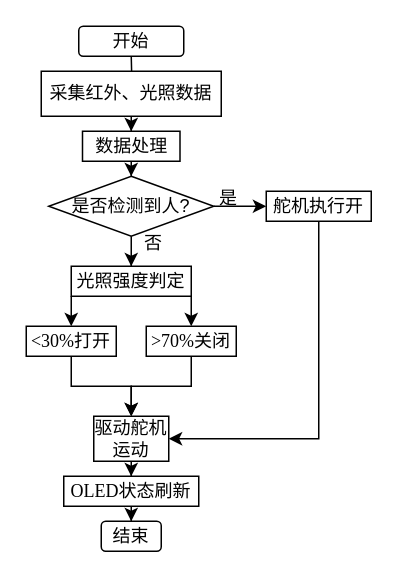
Before: 自动模式下的传感器融合算法逻辑流程图.drawio in Sunshinerainbowlittlehorse/draw_io, a draw.io diagram. Source tidied: cells renumbered, new cells numbered last; positions are measured from the earlier drawing's top-left corner, leaving out a move shared by most shapes. Both pictures are drawn from the tidied source at 150%, with x=0, y=0 at pixel (26, 26).
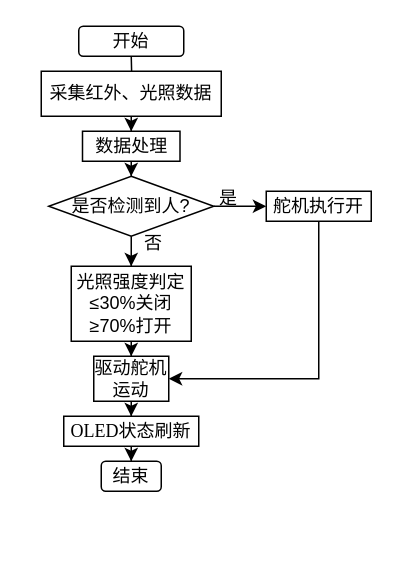
Above is the later version.

Commit message:
自动模式下的传感器融合算法逻辑流程图.drawio

Unchanged cells that the change refers to:
```xml
<mxCell id="14" value="&lt;span style=&quot;font-family: 宋体;&quot;&gt;舵机执行开&lt;/span&gt;" style="rounded=0;whiteSpace=wrap;html=1;" parent="1" vertex="1">
  <mxGeometry x="160" y="110" width="70" height="20" as="geometry" />
</mxCell>
```

Change to the diagram source:
```diff
@@
+    <mxCell id="27" style="edgeStyle=orthogonalEdgeStyle;rounded=0;jettySize=auto;html=1;entryX=0.5;entryY=0;entryDx=0;entryDy=0;" parent="1" edge="1" source="12" target="17">
+      <mxGeometry relative="1" as="geometry" />
+    </mxCell>
-    <mxCell id="12" value="&lt;font face=&quot;宋体&quot;&gt;光照强度判定&lt;/font&gt;" style="rounded=0;whiteSpace=wrap;html=1;" parent="1" vertex="1">
-      <mxGeometry x="30" y="160" width="80" height="20" as="geometry" />
+    <mxCell id="12" value="&lt;font face=&quot;宋体&quot;&gt;光照强度判定≤30%关闭&lt;/font&gt;&lt;div&gt;&lt;font face=&quot;宋体&quot;&gt;≥70%打开&lt;/font&gt;&lt;/div&gt;" style="rounded=0;whiteSpace=wrap;html=1;" parent="1" vertex="1">
+      <mxGeometry x="30" y="160" width="80" height="50" as="geometry" />
     </mxCell>
     <mxCell id="13" style="edgeStyle=orthogonalEdgeStyle;rounded=0;jettySize=auto;html=1;entryX=1;entryY=0.5;entryDx=0;entryDy=0;" parent="1" edge="1" source="14" target="17">
       <mxGeometry relative="1" as="geometry">
         <Array as="points">
-          <mxPoint x="195" y="275" />
+          <mxPoint x="195" y="235" />
         </Array>
       </mxGeometry>
     </mxCell>
@@
     <mxCell id="17" value="&lt;font face=&quot;宋体&quot;&gt;驱动舵机运动&lt;/font&gt;" style="rounded=0;whiteSpace=wrap;html=1;" parent="1" vertex="1">
-      <mxGeometry x="45" y="260" width="50" height="30" as="geometry" />
+      <mxGeometry x="45" y="220" width="50" height="30" as="geometry" />
     </mxCell>
-    <mxCell id="18" style="edgeStyle=orthogonalEdgeStyle;rounded=0;jettySize=auto;html=1;endArrow=none;endFill=0;startArrow=classic;startFill=1;" parent="1" edge="1" source="20" target="12">
-      <mxGeometry relative="1" as="geometry">
-        <Array as="points">
-          <mxPoint x="30" y="190" />
-          <mxPoint x="30" y="190" />
-        </Array>
-      </mxGeometry>
-    </mxCell>
-    <mxCell id="19" style="edgeStyle=orthogonalEdgeStyle;rounded=0;jettySize=auto;html=1;entryX=0.5;entryY=0;entryDx=0;entryDy=0;" parent="1" edge="1" source="20" target="17">
-      <mxGeometry relative="1" as="geometry" />
-    </mxCell>
-    <mxCell id="20" value="&lt;font face=&quot;Times New Roman&quot;&gt;&amp;lt;30%&lt;/font&gt;&lt;font face=&quot;宋体&quot;&gt;打开&lt;/font&gt;" style="rounded=0;whiteSpace=wrap;html=1;" parent="1" vertex="1">
-      <mxGeometry y="200" width="60" height="20" as="geometry" />
-    </mxCell>
-    <mxCell id="21" style="edgeStyle=orthogonalEdgeStyle;rounded=0;jettySize=auto;html=1;startArrow=classic;startFill=1;endArrow=none;endFill=0;" parent="1" edge="1" source="23" target="12">
-      <mxGeometry relative="1" as="geometry">
-        <Array as="points">
-          <mxPoint x="110" y="190" />
-          <mxPoint x="110" y="190" />
-        </Array>
-      </mxGeometry>
-    </mxCell>
-    <mxCell id="22" style="edgeStyle=orthogonalEdgeStyle;rounded=0;jettySize=auto;html=1;" parent="1" edge="1" source="23">
-      <mxGeometry relative="1" as="geometry">
-        <mxPoint x="70" y="260" as="targetPoint" />
-        <Array as="points">
-          <mxPoint x="110" y="240" />
-          <mxPoint x="70" y="240" />
-        </Array>
-      </mxGeometry>
-    </mxCell>
-    <mxCell id="23" value="&lt;font face=&quot;Times New Roman&quot;&gt;&amp;gt;70%&lt;/font&gt;&lt;font face=&quot;宋体&quot;&gt;关闭&lt;/font&gt;" style="rounded=0;whiteSpace=wrap;html=1;" parent="1" vertex="1">
-      <mxGeometry x="80" y="200" width="60" height="20" as="geometry" />
-    </mxCell>
@@
     <mxCell id="25" value="&lt;font face=&quot;Times New Roman&quot;&gt;OLED&lt;/font&gt;&lt;font face=&quot;宋体&quot;&gt;状态刷新&lt;/font&gt;" style="rounded=0;whiteSpace=wrap;html=1;" parent="1" vertex="1">
-      <mxGeometry x="25" y="300" width="90" height="20" as="geometry" />
+      <mxGeometry x="25" y="260" width="90" height="20" as="geometry" />
     </mxCell>
     <mxCell id="26" value="&lt;font face=&quot;宋体&quot;&gt;结束&lt;/font&gt;" style="rounded=1;whiteSpace=wrap;html=1;" parent="1" vertex="1">
-      <mxGeometry x="50" y="330" width="40" height="20" as="geometry" />
+      <mxGeometry x="50" y="290" width="40" height="20" as="geometry" />
     </mxCell>
```
